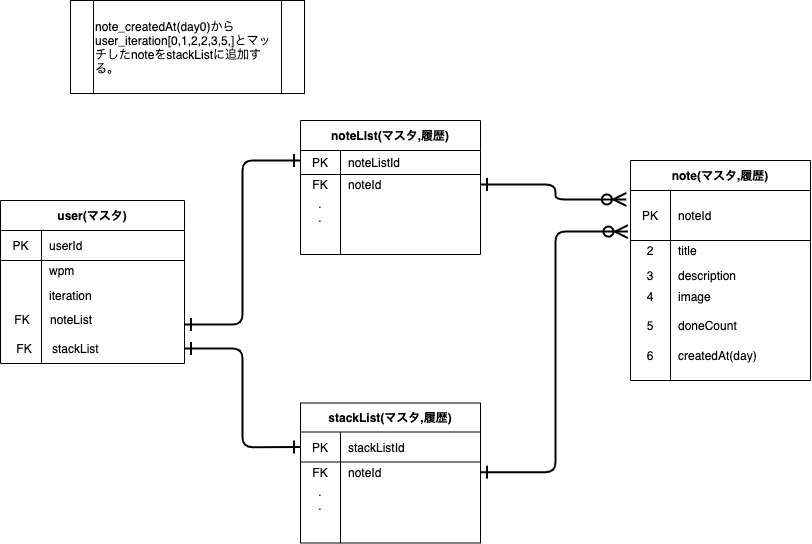
neco3coffee/flutter_tinder_learn keeps this draw.io diagram as ER diagram.drawio.png. Above is the earlier version. Source tidied: cells renumbered, new cells last; positions are measured from the earlier drawing's top-left corner, leaving out a move shared by most shapes. The source it was exported from:
```xml
<mxGraphModel>
  <root>
    <mxCell id="0" />
    <mxCell id="1" parent="0" />
    <mxCell id="2" value="noteLIst(マスタ,履歴)" style="shape=table;startSize=30;rowLines=0;fontStyle=1;align=center;" parent="1" vertex="1">
      <mxGeometry x="300" y="120" width="180" height="134" as="geometry" />
    </mxCell>
    <mxCell id="3" style="shape=partialRectangle;html=1;whiteSpace=wrap;fillColor=none;top=0;left=0;bottom=1;right=0;" parent="2" vertex="1">
      <mxGeometry y="30" width="180" height="24" as="geometry" />
    </mxCell>
    <mxCell id="4" value="PK" style="shape=partialRectangle;html=1;whiteSpace=wrap;fillColor=none;top=0;left=0;bottom=0;right=0;overflow=hidden;" parent="3" vertex="1">
      <mxGeometry width="40" height="24" as="geometry" />
    </mxCell>
    <mxCell id="5" value="noteListId" style="shape=partialRectangle;html=1;whiteSpace=wrap;fillColor=none;top=0;left=0;bottom=0;right=0;align=left;spacingLeft=6;overflow=hidden;" parent="3" vertex="1">
      <mxGeometry x="40" width="140" height="24" as="geometry" />
    </mxCell>
    <mxCell id="6" style="shape=partialRectangle;html=1;whiteSpace=wrap;fillColor=none;top=0;left=0;bottom=0;right=0;points=[[0,0.5],[1,0.5]];portConstraint=eastwest;" parent="2" vertex="1">
      <mxGeometry y="54" width="180" height="20" as="geometry" />
    </mxCell>
    <mxCell id="7" value="FK" style="shape=partialRectangle;html=1;whiteSpace=wrap;fillColor=none;top=0;left=0;bottom=0;right=0;overflow=hidden;" parent="6" vertex="1">
      <mxGeometry width="40" height="20" as="geometry" />
    </mxCell>
    <mxCell id="8" value="noteId" style="shape=partialRectangle;html=1;whiteSpace=wrap;fillColor=none;top=0;left=0;bottom=0;right=0;align=left;spacingLeft=6;overflow=hidden;" parent="6" vertex="1">
      <mxGeometry x="40" width="140" height="20" as="geometry" />
    </mxCell>
    <mxCell id="9" style="shape=partialRectangle;html=1;whiteSpace=wrap;fillColor=none;top=0;left=0;bottom=0;right=0;" parent="2" vertex="1">
      <mxGeometry y="74" width="180" height="30" as="geometry" />
    </mxCell>
    <mxCell id="10" value=".&lt;br&gt;.&lt;br&gt;" style="shape=partialRectangle;html=1;whiteSpace=wrap;fillColor=none;top=0;left=0;bottom=0;right=0;overflow=hidden;" parent="9" vertex="1">
      <mxGeometry width="40" height="30" as="geometry" />
    </mxCell>
    <mxCell id="11" style="shape=partialRectangle;html=1;whiteSpace=wrap;fillColor=none;top=0;left=0;bottom=0;right=0;align=left;spacingLeft=6;overflow=hidden;" parent="9" vertex="1">
      <mxGeometry x="40" width="140" height="30" as="geometry" />
    </mxCell>
    <mxCell id="12" value="stackList(マスタ,履歴)" style="shape=table;startSize=29;rowLines=0;fontStyle=1;align=center;" parent="1" vertex="1">
      <mxGeometry x="300" y="402.5" width="180" height="140" as="geometry" />
    </mxCell>
    <mxCell id="13" style="shape=partialRectangle;html=1;whiteSpace=wrap;fillColor=none;top=0;left=0;bottom=1;right=0;points=[[0,0.5],[1,0.5]];portConstraint=eastwest;" parent="12" vertex="1">
      <mxGeometry y="29" width="180" height="30" as="geometry" />
    </mxCell>
    <mxCell id="14" value="PK" style="shape=partialRectangle;html=1;whiteSpace=wrap;fillColor=none;top=0;left=0;bottom=0;right=0;overflow=hidden;" parent="13" vertex="1">
      <mxGeometry width="40" height="30" as="geometry" />
    </mxCell>
    <mxCell id="15" value="stackListId" style="shape=partialRectangle;html=1;whiteSpace=wrap;fillColor=none;top=0;left=0;bottom=0;right=0;align=left;spacingLeft=6;overflow=hidden;" parent="13" vertex="1">
      <mxGeometry x="40" width="140" height="30" as="geometry" />
    </mxCell>
    <mxCell id="16" style="shape=partialRectangle;html=1;whiteSpace=wrap;fillColor=none;top=0;left=0;bottom=0;right=0;points=[[0,0.5],[1,0.5]];portConstraint=eastwest;" parent="12" vertex="1">
      <mxGeometry y="59" width="180" height="20" as="geometry" />
    </mxCell>
    <mxCell id="17" value="FK" style="shape=partialRectangle;html=1;whiteSpace=wrap;fillColor=none;top=0;left=0;bottom=0;right=0;overflow=hidden;" parent="16" vertex="1">
      <mxGeometry width="40" height="20" as="geometry" />
    </mxCell>
    <mxCell id="18" value="noteId" style="shape=partialRectangle;html=1;whiteSpace=wrap;fillColor=none;top=0;left=0;bottom=0;right=0;align=left;spacingLeft=6;overflow=hidden;" parent="16" vertex="1">
      <mxGeometry x="40" width="140" height="20" as="geometry" />
    </mxCell>
    <mxCell id="19" style="shape=partialRectangle;html=1;whiteSpace=wrap;fillColor=none;top=0;left=0;bottom=0;right=0;" parent="12" vertex="1">
      <mxGeometry y="79" width="180" height="30" as="geometry" />
    </mxCell>
    <mxCell id="20" value=".&lt;br&gt;." style="shape=partialRectangle;html=1;whiteSpace=wrap;fillColor=none;top=0;left=0;bottom=0;right=0;overflow=hidden;" parent="19" vertex="1">
      <mxGeometry width="40" height="30" as="geometry" />
    </mxCell>
    <mxCell id="21" style="shape=partialRectangle;html=1;whiteSpace=wrap;fillColor=none;top=0;left=0;bottom=0;right=0;align=left;spacingLeft=6;overflow=hidden;" parent="19" vertex="1">
      <mxGeometry x="40" width="140" height="30" as="geometry" />
    </mxCell>
    <mxCell id="22" value="&lt;span&gt;note_createdAt(day0)からuser_iteration[0,1,2,2,3,5,]とマッチしたnoteをstackListに追加する。&lt;/span&gt;" style="shape=process;whiteSpace=wrap;html=1;backgroundOutline=1;align=left;" parent="1" vertex="1">
      <mxGeometry x="70" width="234" height="93" as="geometry" />
    </mxCell>
    <mxCell id="23" style="group;rounded=0;rotation=0;fillColor=none;glass=0;sketch=0;" parent="1" vertex="1">
      <mxGeometry x="630" y="160" width="181" height="200" as="geometry" />
    </mxCell>
    <mxCell id="24" value="note(マスタ,履歴)" style="shape=table;startSize=30;rowLines=0;fontStyle=1;align=center;" parent="23" vertex="1">
      <mxGeometry width="180" height="220" as="geometry" />
    </mxCell>
    <mxCell id="25" style="shape=partialRectangle;html=1;whiteSpace=wrap;fillColor=none;top=0;left=0;bottom=1;right=0;points=[[0,0.5],[1,0.5]];portConstraint=eastwest;" parent="24" vertex="1">
      <mxGeometry y="30" width="180" height="50" as="geometry" />
    </mxCell>
    <mxCell id="26" value="PK" style="shape=partialRectangle;html=1;whiteSpace=wrap;fillColor=none;top=0;left=0;bottom=0;right=0;overflow=hidden;" parent="25" vertex="1">
      <mxGeometry width="40" height="50" as="geometry" />
    </mxCell>
    <mxCell id="27" value="noteId" style="shape=partialRectangle;html=1;whiteSpace=wrap;fillColor=none;top=0;left=0;bottom=0;right=0;align=left;spacingLeft=6;overflow=hidden;" parent="25" vertex="1">
      <mxGeometry x="40" width="140" height="50" as="geometry" />
    </mxCell>
    <mxCell id="28" style="shape=partialRectangle;html=1;whiteSpace=wrap;fillColor=none;top=0;left=0;bottom=0;right=0;" parent="24" vertex="1">
      <mxGeometry y="80" width="180" height="20" as="geometry" />
    </mxCell>
    <mxCell id="29" value="2" style="shape=partialRectangle;html=1;whiteSpace=wrap;fillColor=none;top=0;left=0;bottom=0;right=0;overflow=hidden;" parent="28" vertex="1">
      <mxGeometry width="40" height="20" as="geometry" />
    </mxCell>
    <mxCell id="30" value="title" style="shape=partialRectangle;html=1;whiteSpace=wrap;fillColor=none;top=0;left=0;bottom=0;right=0;align=left;spacingLeft=6;overflow=hidden;" parent="28" vertex="1">
      <mxGeometry x="40" width="140" height="20" as="geometry" />
    </mxCell>
    <mxCell id="31" style="shape=partialRectangle;html=1;whiteSpace=wrap;fillColor=none;top=0;left=0;bottom=0;right=0;" parent="24" vertex="1">
      <mxGeometry y="100" width="180" height="30" as="geometry" />
    </mxCell>
    <mxCell id="32" value="3" style="shape=partialRectangle;html=1;whiteSpace=wrap;fillColor=none;top=0;left=0;bottom=0;right=0;overflow=hidden;" parent="31" vertex="1">
      <mxGeometry width="40" height="30" as="geometry" />
    </mxCell>
    <mxCell id="33" value="description" style="shape=partialRectangle;html=1;whiteSpace=wrap;fillColor=none;top=0;left=0;bottom=0;right=0;align=left;spacingLeft=6;overflow=hidden;" parent="31" vertex="1">
      <mxGeometry x="40" width="140" height="30" as="geometry" />
    </mxCell>
    <mxCell id="34" style="shape=partialRectangle;html=1;whiteSpace=wrap;fillColor=none;top=0;left=0;bottom=0;right=0;" parent="23" vertex="1">
      <mxGeometry y="150.4" width="180" height="29.6" as="geometry" />
    </mxCell>
    <mxCell id="35" value="5" style="shape=partialRectangle;html=1;whiteSpace=wrap;fillColor=none;top=0;left=0;bottom=0;right=0;overflow=hidden;" parent="34" vertex="1">
      <mxGeometry width="40" height="29.6" as="geometry" />
    </mxCell>
    <mxCell id="36" value="doneCount" style="shape=partialRectangle;html=1;whiteSpace=wrap;fillColor=none;top=0;left=0;bottom=0;right=0;align=left;spacingLeft=6;overflow=hidden;" parent="34" vertex="1">
      <mxGeometry x="40" width="140" height="29.6" as="geometry" />
    </mxCell>
    <mxCell id="37" style="shape=partialRectangle;html=1;whiteSpace=wrap;fillColor=none;top=0;left=0;bottom=0;right=0;" parent="23" vertex="1">
      <mxGeometry y="180" width="180" height="29.6" as="geometry" />
    </mxCell>
    <mxCell id="38" value="6" style="shape=partialRectangle;html=1;whiteSpace=wrap;fillColor=none;top=0;left=0;bottom=0;right=0;overflow=hidden;" parent="37" vertex="1">
      <mxGeometry width="40" height="29.6" as="geometry" />
    </mxCell>
    <mxCell id="39" value="createdAt(day)" style="shape=partialRectangle;html=1;whiteSpace=wrap;fillColor=none;top=0;left=0;bottom=0;right=0;align=left;spacingLeft=6;overflow=hidden;" parent="37" vertex="1">
      <mxGeometry x="40" width="140" height="29.6" as="geometry" />
    </mxCell>
    <mxCell id="40" style="shape=partialRectangle;html=1;whiteSpace=wrap;fillColor=none;top=0;left=0;bottom=0;right=0;" parent="23" vertex="1">
      <mxGeometry y="120.9" width="180" height="29.6" as="geometry" />
    </mxCell>
    <mxCell id="41" value="4" style="shape=partialRectangle;html=1;whiteSpace=wrap;fillColor=none;top=0;left=0;bottom=0;right=0;overflow=hidden;" parent="40" vertex="1">
      <mxGeometry width="40" height="29.6" as="geometry" />
    </mxCell>
    <mxCell id="42" value="image" style="shape=partialRectangle;html=1;whiteSpace=wrap;fillColor=none;top=0;left=0;bottom=0;right=0;align=left;spacingLeft=6;overflow=hidden;" parent="40" vertex="1">
      <mxGeometry x="40" width="140" height="29.6" as="geometry" />
    </mxCell>
    <mxCell id="43" style="group;" parent="1" vertex="1">
      <mxGeometry y="200" width="184" height="163" as="geometry" />
    </mxCell>
    <mxCell id="44" value="user(マスタ)" style="shape=table;startSize=30;rowLines=0;fontStyle=1;align=center;" parent="43" vertex="1">
      <mxGeometry width="184" height="163" as="geometry" />
    </mxCell>
    <mxCell id="45" style="shape=partialRectangle;html=1;whiteSpace=wrap;fillColor=none;top=0;left=0;bottom=1;right=0;points=[[0,0.5],[1,0.5]];portConstraint=eastwest;" parent="44" vertex="1">
      <mxGeometry y="30" width="184" height="30" as="geometry" />
    </mxCell>
    <mxCell id="46" value="PK" style="shape=partialRectangle;html=1;whiteSpace=wrap;fillColor=none;top=0;left=0;bottom=0;right=0;overflow=hidden;" parent="45" vertex="1">
      <mxGeometry width="41" height="30" as="geometry" />
    </mxCell>
    <mxCell id="47" value="userId" style="shape=partialRectangle;html=1;whiteSpace=wrap;fillColor=none;top=0;left=0;bottom=0;right=0;align=left;spacingLeft=6;overflow=hidden;" parent="45" vertex="1">
      <mxGeometry x="41" width="143" height="30" as="geometry" />
    </mxCell>
    <mxCell id="48" style="shape=partialRectangle;html=1;whiteSpace=wrap;fillColor=none;top=0;left=0;bottom=0;right=0;" parent="44" vertex="1">
      <mxGeometry y="60" width="184" height="20" as="geometry" />
    </mxCell>
    <mxCell id="49" style="shape=partialRectangle;html=1;whiteSpace=wrap;fillColor=none;top=0;left=0;bottom=0;right=0;overflow=hidden;" parent="48" vertex="1">
      <mxGeometry width="41" height="20" as="geometry" />
    </mxCell>
    <mxCell id="50" value="wpm" style="shape=partialRectangle;html=1;whiteSpace=wrap;fillColor=none;top=0;left=0;bottom=0;right=0;align=left;spacingLeft=6;overflow=hidden;" parent="48" vertex="1">
      <mxGeometry x="41" width="143" height="20" as="geometry" />
    </mxCell>
    <mxCell id="51" style="shape=partialRectangle;html=1;whiteSpace=wrap;fillColor=none;top=0;left=0;bottom=0;right=0;" parent="44" vertex="1">
      <mxGeometry y="80" width="184" height="30" as="geometry" />
    </mxCell>
    <mxCell id="52" style="shape=partialRectangle;html=1;whiteSpace=wrap;fillColor=none;top=0;left=0;bottom=0;right=0;overflow=hidden;" parent="51" vertex="1">
      <mxGeometry width="41" height="30" as="geometry" />
    </mxCell>
    <mxCell id="53" value="iteration" style="shape=partialRectangle;html=1;whiteSpace=wrap;fillColor=none;top=0;left=0;bottom=0;right=0;align=left;spacingLeft=6;overflow=hidden;" parent="51" vertex="1">
      <mxGeometry x="41" width="143" height="30" as="geometry" />
    </mxCell>
    <mxCell id="54" style="shape=partialRectangle;html=1;whiteSpace=wrap;fillColor=none;top=0;left=0;bottom=0;right=0;" parent="43" vertex="1">
      <mxGeometry x="2" y="104" width="180" height="30" as="geometry" />
    </mxCell>
    <mxCell id="55" value="FK" style="shape=partialRectangle;html=1;whiteSpace=wrap;fillColor=none;top=0;left=0;bottom=0;right=0;overflow=hidden;" parent="54" vertex="1">
      <mxGeometry width="40" height="30" as="geometry" />
    </mxCell>
    <mxCell id="56" value="noteList" style="shape=partialRectangle;html=1;whiteSpace=wrap;fillColor=none;top=0;left=0;bottom=0;right=0;align=left;spacingLeft=6;overflow=hidden;" parent="54" vertex="1">
      <mxGeometry x="40" width="140" height="30" as="geometry" />
    </mxCell>
    <mxCell id="57" style="shape=partialRectangle;html=1;whiteSpace=wrap;fillColor=none;top=0;left=0;bottom=0;right=0;points=[[0,0.5],[1,0.5]];portConstraint=eastwest;" parent="43" vertex="1">
      <mxGeometry x="4" y="133" width="180" height="30" as="geometry" />
    </mxCell>
    <mxCell id="58" value="FK" style="shape=partialRectangle;html=1;whiteSpace=wrap;fillColor=none;top=0;left=0;bottom=0;right=0;overflow=hidden;" parent="57" vertex="1">
      <mxGeometry width="40" height="30" as="geometry" />
    </mxCell>
    <mxCell id="59" value="stackList" style="shape=partialRectangle;html=1;whiteSpace=wrap;fillColor=none;top=0;left=0;bottom=0;right=0;align=left;spacingLeft=6;overflow=hidden;" parent="57" vertex="1">
      <mxGeometry x="40" width="140" height="30" as="geometry" />
    </mxCell>
    <mxCell id="60" style="edgeStyle=orthogonalEdgeStyle;rounded=1;jettySize=auto;html=1;exitX=1;exitY=0.5;exitDx=0;exitDy=0;entryX=0;entryY=0.5;entryDx=0;entryDy=0;fontSize=21;fontColor=#33FF33;jumpStyle=none;startArrow=ERone;startFill=0;endArrow=ERone;endFill=0;strokeWidth=2;startSize=10;targetPerimeterSpacing=0;sourcePerimeterSpacing=0;endSize=10;" parent="1" edge="1" source="57" target="13">
      <mxGeometry relative="1" as="geometry" />
    </mxCell>
    <mxCell id="61" style="edgeStyle=orthogonalEdgeStyle;rounded=1;orthogonalLoop=1;jettySize=auto;html=1;exitX=1;exitY=0.5;exitDx=0;exitDy=0;fontSize=21;fontColor=#33FF33;jumpStyle=none;startArrow=ERone;startFill=0;endArrow=ERone;endFill=0;strokeWidth=2;startSize=10;targetPerimeterSpacing=0;sourcePerimeterSpacing=0;endSize=10;" parent="1" edge="1">
      <mxGeometry relative="1" as="geometry">
        <mxPoint x="183.9" y="323.9" as="sourcePoint" />
        <mxPoint x="300" y="160" as="targetPoint" />
        <Array as="points">
          <mxPoint x="242" y="324" />
          <mxPoint x="242" y="160" />
          <mxPoint x="300" y="160" />
        </Array>
      </mxGeometry>
    </mxCell>
    <mxCell id="62" style="edgeStyle=orthogonalEdgeStyle;rounded=1;jumpStyle=none;jettySize=auto;html=1;entryX=-0.023;entryY=0.179;entryDx=0;entryDy=0;fontSize=21;fontColor=#33FF33;startArrow=ERone;startFill=0;endArrow=ERzeroToMany;endFill=0;startSize=10;endSize=10;sourcePerimeterSpacing=0;targetPerimeterSpacing=0;strokeWidth=2;entryPerimeter=0;" parent="1" edge="1" source="6" target="25">
      <mxGeometry relative="1" as="geometry" />
    </mxCell>
    <mxCell id="63" style="edgeStyle=orthogonalEdgeStyle;rounded=1;jumpStyle=none;jettySize=auto;html=1;fontSize=21;fontColor=#33FF33;startArrow=ERone;startFill=0;endArrow=ERzeroToMany;endFill=0;startSize=10;endSize=10;sourcePerimeterSpacing=0;targetPerimeterSpacing=0;strokeWidth=2;entryX=-0.014;entryY=0.822;entryDx=0;entryDy=0;entryPerimeter=0;" parent="1" edge="1" source="16" target="25">
      <mxGeometry relative="1" as="geometry">
        <Array as="points">
          <mxPoint x="555" y="471" />
          <mxPoint x="555" y="231" />
        </Array>
      </mxGeometry>
    </mxCell>
  </root>
</mxGraphModel>
```
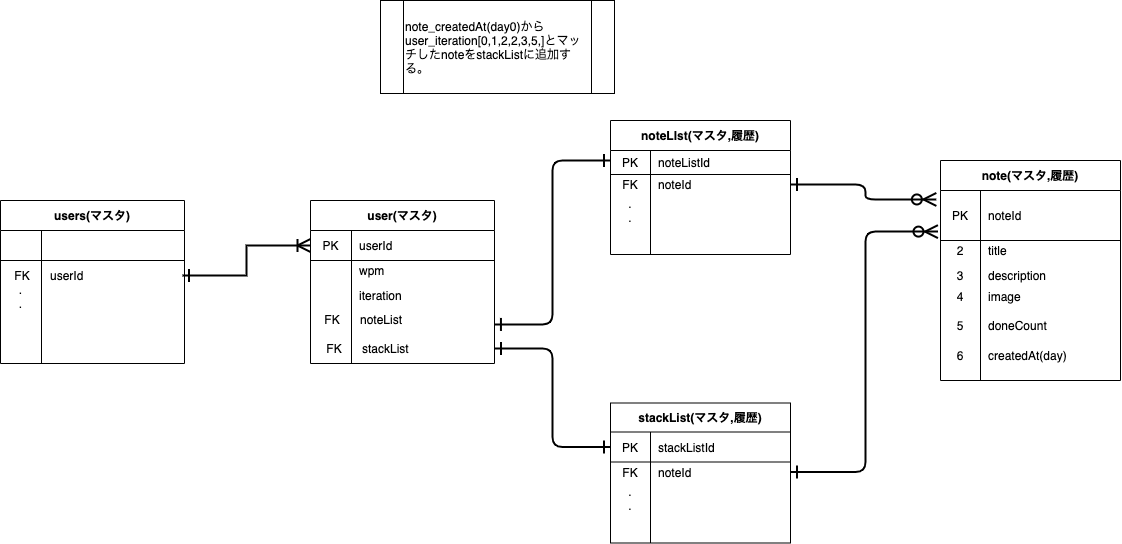
After the change.

Commit message:
Added users table #18

Diff of the diagram source:
```diff
@@ -201,5 +201,50 @@
         </Array>
       </mxGeometry>
     </mxCell>
+    <mxCell id="64" style="group;" parent="1" vertex="1">
+      <mxGeometry x="-310" y="200" width="184" height="163" as="geometry" />
+    </mxCell>
+    <mxCell id="65" value="users(マスタ)" style="shape=table;startSize=30;rowLines=0;fontStyle=1;align=center;" parent="64" vertex="1">
+      <mxGeometry width="184" height="163" as="geometry" />
+    </mxCell>
+    <mxCell id="66" style="shape=partialRectangle;html=1;whiteSpace=wrap;fillColor=none;top=0;left=0;bottom=1;right=0;" parent="65" vertex="1">
+      <mxGeometry y="30" width="184" height="30" as="geometry" />
+    </mxCell>
+    <mxCell id="67" style="shape=partialRectangle;html=1;whiteSpace=wrap;fillColor=none;top=0;left=0;bottom=0;right=0;overflow=hidden;" parent="66" vertex="1">
+      <mxGeometry width="41" height="30" as="geometry" />
+    </mxCell>
+    <mxCell id="68" style="shape=partialRectangle;html=1;whiteSpace=wrap;fillColor=none;top=0;left=0;bottom=0;right=0;align=left;spacingLeft=6;overflow=hidden;" parent="66" vertex="1">
+      <mxGeometry x="41" width="143" height="30" as="geometry" />
+    </mxCell>
+    <mxCell id="69" style="shape=partialRectangle;html=1;whiteSpace=wrap;fillColor=none;top=0;left=0;bottom=0;right=0;" parent="65" vertex="1">
+      <mxGeometry y="60" width="184" height="20" as="geometry" />
+    </mxCell>
+    <mxCell id="70" style="shape=partialRectangle;html=1;whiteSpace=wrap;fillColor=none;top=0;left=0;bottom=0;right=0;overflow=hidden;" parent="69" vertex="1">
+      <mxGeometry width="41" height="20" as="geometry" />
+    </mxCell>
+    <mxCell id="71" style="shape=partialRectangle;html=1;whiteSpace=wrap;fillColor=none;top=0;left=0;bottom=0;right=0;align=left;spacingLeft=6;overflow=hidden;" parent="69" vertex="1">
+      <mxGeometry x="41" width="143" height="20" as="geometry" />
+    </mxCell>
+    <mxCell id="72" style="shape=partialRectangle;html=1;whiteSpace=wrap;fillColor=none;top=0;left=0;bottom=0;right=0;" parent="65" vertex="1">
+      <mxGeometry y="80" width="184" height="30" as="geometry" />
+    </mxCell>
+    <mxCell id="73" value=".&lt;br&gt;." style="shape=partialRectangle;html=1;whiteSpace=wrap;fillColor=none;top=0;left=0;bottom=0;right=0;overflow=hidden;" parent="72" vertex="1">
+      <mxGeometry width="41" height="30" as="geometry" />
+    </mxCell>
+    <mxCell id="74" style="shape=partialRectangle;html=1;whiteSpace=wrap;fillColor=none;top=0;left=0;bottom=0;right=0;align=left;spacingLeft=6;overflow=hidden;" parent="72" vertex="1">
+      <mxGeometry x="41" width="143" height="30" as="geometry" />
+    </mxCell>
+    <mxCell id="75" style="shape=partialRectangle;html=1;whiteSpace=wrap;fillColor=none;top=0;left=0;bottom=0;right=0;points=[[0,0.5],[1,0.5]];portConstraint=eastwest;" parent="64" vertex="1">
+      <mxGeometry x="2" y="60" width="180" height="30" as="geometry" />
+    </mxCell>
+    <mxCell id="76" value="FK" style="shape=partialRectangle;html=1;whiteSpace=wrap;fillColor=none;top=0;left=0;bottom=0;right=0;overflow=hidden;" parent="75" vertex="1">
+      <mxGeometry width="40" height="30" as="geometry" />
+    </mxCell>
+    <mxCell id="77" value="userId" style="shape=partialRectangle;html=1;whiteSpace=wrap;fillColor=none;top=0;left=0;bottom=0;right=0;align=left;spacingLeft=6;overflow=hidden;" parent="75" vertex="1">
+      <mxGeometry x="40" width="140" height="30" as="geometry" />
+    </mxCell>
+    <mxCell id="78" style="edgeStyle=orthogonalEdgeStyle;rounded=0;jettySize=auto;html=1;entryX=0;entryY=0.5;entryDx=0;entryDy=0;endArrow=ERoneToMany;endFill=0;strokeWidth=2;endSize=10;startSize=10;startArrow=ERone;startFill=0;" parent="1" edge="1" source="75" target="45">
+      <mxGeometry relative="1" as="geometry" />
+    </mxCell>
   </root>
 </mxGraphModel>
```
